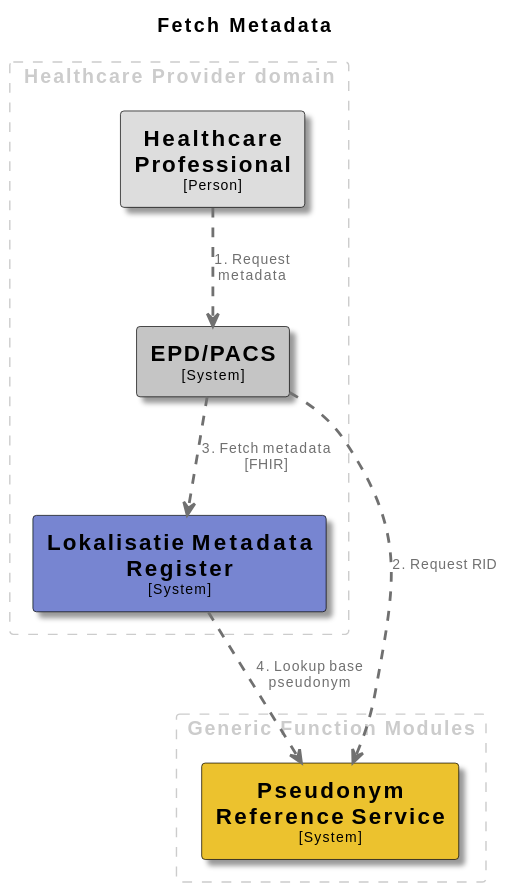
The PlantUML diagram docs/images/structurizr-FetchMetadata.svg in minvws/gfmodules-coordination, before a commit.
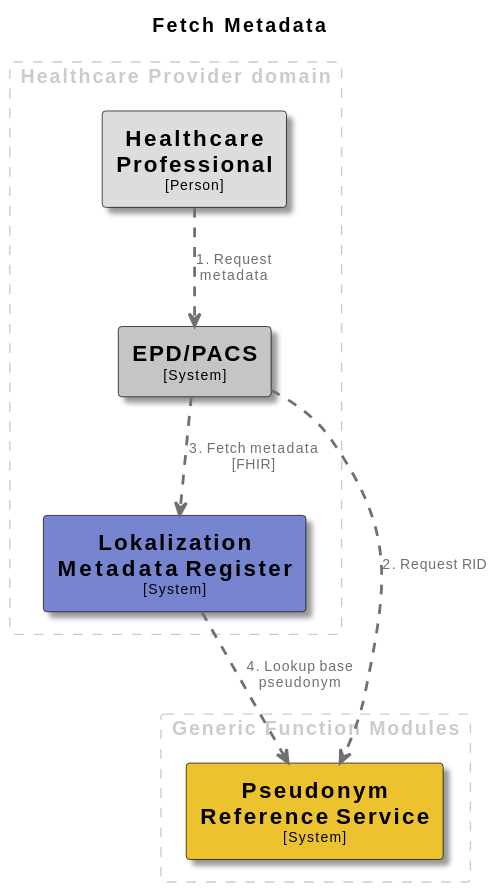
Later version of the same file.

Diff of the diagram source:
```diff
@@ -25,7 +25,7 @@
   BorderColor #000000
   shadowing true
 }
-skinparam rectangle<<LokalisatieMetadataRegister>> {
+skinparam rectangle<<LokalizationMetadataRegister>> {
   BackgroundColor #7785d1
   FontColor #000000
   BorderColor #000000
@@ -51,13 +51,13 @@
   skinparam RectangleFontColor<<group2>> #cccccc
   skinparam RectangleBorderStyle<<group2>> dashed
 
-  rectangle "==Lokalisatie Metadata Register\n<size:10>[System]</size>" <<LokalisatieMetadataRegister>> as LokalisatieMetadataRegister
+  rectangle "==Lokalization Metadata Register\n<size:10>[System]</size>" <<LokalizationMetadataRegister>> as LokalizationMetadataRegister
   rectangle "==Healthcare Professional\n<size:10>[Person]</size>" <<HealthcareProfessional>> as HealthcareProfessional
   rectangle "==EPD/PACS\n<size:10>[System]</size>" <<EPDPACS>> as EPDPACS
 }
 
 HealthcareProfessional .[#707070,thickness=2].> EPDPACS : "<color:#707070>1. Request metadata"
 EPDPACS .[#707070,thickness=2].> PseudonymReferenceService : "<color:#707070>2. Request RID"
-EPDPACS .[#707070,thickness=2].> LokalisatieMetadataRegister : "<color:#707070>3. Fetch metadata [FHIR]"
-LokalisatieMetadataRegister .[#707070,thickness=2].> PseudonymReferenceService : "<color:#707070>4. Lookup base pseudonym"
+EPDPACS .[#707070,thickness=2].> LokalizationMetadataRegister : "<color:#707070>3. Fetch metadata [FHIR]"
+LokalizationMetadataRegister .[#707070,thickness=2].> PseudonymReferenceService : "<color:#707070>4. Lookup base pseudonym"
 @enduml
```
